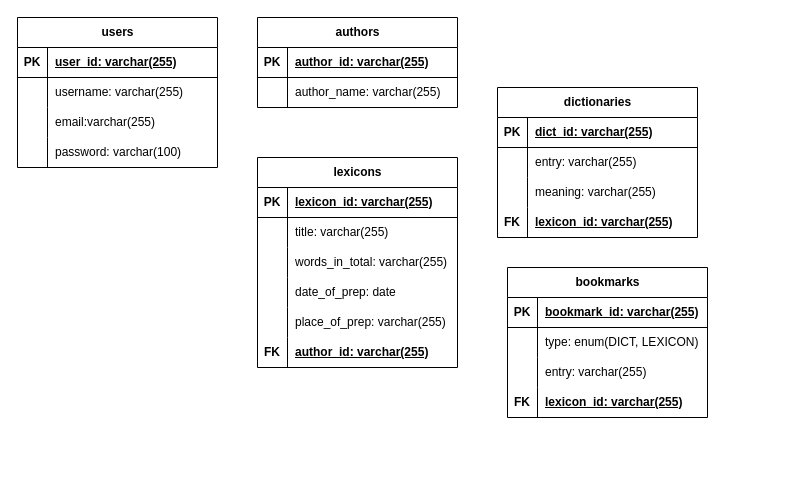
HarisHerdiansyah/uts-pemrograman-web-2025 keeps this draw.io diagram as ERD.drawio. Above is the earlier version. Source tidied: cells renumbered, new cells numbered last; positions are measured from the earlier drawing's top-left corner, leaving out a move shared by most shapes. Both pictures are drawn from the tidied source at 100%, with x=0, y=0 at pixel (17, 17).
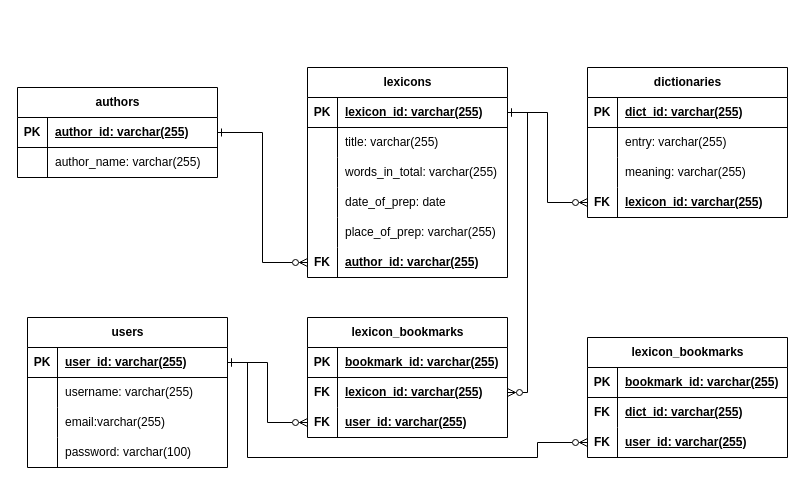
Above is the later version.

Unchanged cells that the change refers to:
```xml
<mxCell id="3" style="shape=tableRow;horizontal=0;startSize=0;swimlaneHead=0;swimlaneBody=0;fillColor=none;points=[[0,0.5],[1,0.5]];portConstraint=eastwest;top=0;left=0;right=0;bottom=1;" parent="2" vertex="1">
  <mxGeometry y="30" width="200" height="30" as="geometry" />
</mxCell>
<mxCell id="16" style="shape=tableRow;horizontal=0;startSize=0;swimlaneHead=0;swimlaneBody=0;fillColor=none;points=[[0,0.5],[1,0.5]];portConstraint=eastwest;top=0;left=0;right=0;bottom=1;" parent="15" vertex="1">
  <mxGeometry y="30" width="200" height="30" as="geometry" />
</mxCell>
<mxCell id="23" style="shape=tableRow;horizontal=0;startSize=0;swimlaneHead=0;swimlaneBody=0;fillColor=none;points=[[0,0.5],[1,0.5]];portConstraint=eastwest;top=0;left=0;right=0;bottom=1;" parent="22" vertex="1">
  <mxGeometry y="30" width="200" height="30" as="geometry" />
</mxCell>
<mxCell id="38" style="shape=tableRow;horizontal=0;startSize=0;swimlaneHead=0;swimlaneBody=0;fillColor=none;points=[[0,0.5],[1,0.5]];portConstraint=eastwest;top=0;left=0;right=0;bottom=0;" parent="22" vertex="1">
  <mxGeometry y="180" width="200" height="30" as="geometry" />
</mxCell>
<mxCell id="51" style="shape=tableRow;horizontal=0;startSize=0;swimlaneHead=0;swimlaneBody=0;fillColor=none;points=[[0,0.5],[1,0.5]];portConstraint=eastwest;top=0;left=0;right=0;bottom=0;" parent="41" vertex="1">
  <mxGeometry y="120" width="200" height="30" as="geometry" />
</mxCell>
```

Change to the diagram source:
```diff
@@
     <mxCell id="2" value="users" style="shape=table;startSize=30;childLayout=tableLayout;rowLines=0;fontStyle=1;align=center;html=1;" parent="1" vertex="1">
-      <mxGeometry width="200" height="150" as="geometry" />
+      <mxGeometry x="10" y="300" width="200" height="150" as="geometry" />
     </mxCell>
@@
     <mxCell id="15" value="authors" style="shape=table;startSize=30;childLayout=tableLayout;rowLines=0;fontStyle=1;align=center;html=1;" parent="1" vertex="1">
-      <mxGeometry x="240" width="200" height="90" as="geometry" />
+      <mxGeometry y="70" width="200" height="90" as="geometry" />
     </mxCell>
@@
     <mxCell id="22" value="lexicons" style="shape=table;startSize=30;childLayout=tableLayout;rowLines=0;fontStyle=1;align=center;html=1;" parent="1" vertex="1">
-      <mxGeometry x="240" y="140" width="200" height="210" as="geometry" />
+      <mxGeometry x="290" y="50" width="200" height="210" as="geometry" />
     </mxCell>
@@
     <mxCell id="41" value="dictionaries" style="shape=table;startSize=30;childLayout=tableLayout;rowLines=0;fontStyle=1;align=center;html=1;" parent="1" vertex="1">
-      <mxGeometry x="480" y="70" width="200" height="150" as="geometry" />
+      <mxGeometry x="570" y="50" width="200" height="150" as="geometry" />
     </mxCell>
@@
-    <mxCell id="54" value="bookmarks" style="shape=table;startSize=30;childLayout=tableLayout;rowLines=0;fontStyle=1;align=center;html=1;" parent="1" vertex="1">
-      <mxGeometry x="490" y="250" width="200" height="150" as="geometry" />
+    <mxCell id="54" value="lexicon_bookmarks" style="shape=table;startSize=30;childLayout=tableLayout;rowLines=0;fontStyle=1;align=center;html=1;" parent="1" vertex="1">
+      <mxGeometry x="290" y="300" width="200" height="120" as="geometry" />
     </mxCell>
@@
-    <mxCell id="58" style="shape=tableRow;horizontal=0;startSize=0;swimlaneHead=0;swimlaneBody=0;fillColor=none;top=0;left=0;right=0;bottom=0;" parent="54" vertex="1">
-      <mxGeometry y="60" width="200" height="30" as="geometry" />
-    </mxCell>
-    <mxCell id="59" style="shape=partialRectangle;fillColor=none;top=0;left=0;bottom=0;right=0;overflow=hidden;whiteSpace=wrap;html=1;" parent="58" vertex="1">
-      <mxGeometry width="30" height="30" as="geometry" />
-    </mxCell>
-    <mxCell id="60" value="type: enum(DICT, LEXICON)" style="shape=partialRectangle;fillColor=none;top=0;left=0;bottom=0;right=0;align=left;spacingLeft=6;overflow=hidden;whiteSpace=wrap;html=1;" parent="58" vertex="1">
-      <mxGeometry x="30" width="170" height="30" as="geometry" />
-    </mxCell>
-    <mxCell id="61" style="shape=tableRow;horizontal=0;startSize=0;swimlaneHead=0;swimlaneBody=0;fillColor=none;top=0;left=0;right=0;bottom=0;" parent="54" vertex="1">
-      <mxGeometry y="90" width="200" height="30" as="geometry" />
-    </mxCell>
-    <mxCell id="62" style="shape=partialRectangle;fillColor=none;top=0;left=0;bottom=0;right=0;overflow=hidden;whiteSpace=wrap;html=1;" parent="61" vertex="1">
-      <mxGeometry width="30" height="30" as="geometry" />
-    </mxCell>
-    <mxCell id="63" value="entry: varchar(255)" style="shape=partialRectangle;fillColor=none;top=0;left=0;bottom=0;right=0;align=left;spacingLeft=6;overflow=hidden;whiteSpace=wrap;html=1;" parent="61" vertex="1">
-      <mxGeometry x="30" width="170" height="30" as="geometry" />
-    </mxCell>
     <mxCell id="64" style="shape=tableRow;horizontal=0;startSize=0;swimlaneHead=0;swimlaneBody=0;fillColor=none;points=[[0,0.5],[1,0.5]];portConstraint=eastwest;top=0;left=0;right=0;bottom=0;" parent="54" vertex="1">
-      <mxGeometry y="120" width="200" height="30" as="geometry" />
+      <mxGeometry y="60" width="200" height="30" as="geometry" />
     </mxCell>
@@
+    <mxCell id="67" style="shape=tableRow;horizontal=0;startSize=0;swimlaneHead=0;swimlaneBody=0;fillColor=none;points=[[0,0.5],[1,0.5]];portConstraint=eastwest;top=0;left=0;right=0;bottom=0;" parent="54" vertex="1">
+      <mxGeometry y="90" width="200" height="30" as="geometry" />
+    </mxCell>
+    <mxCell id="68" value="&lt;b&gt;FK&lt;/b&gt;" style="shape=partialRectangle;fillColor=none;top=0;left=0;bottom=0;right=0;overflow=hidden;whiteSpace=wrap;html=1;" parent="67" vertex="1">
+      <mxGeometry width="30" height="30" as="geometry" />
+    </mxCell>
+    <mxCell id="69" value="&lt;b&gt;&lt;u&gt;user_id: varchar(255)&lt;/u&gt;&lt;/b&gt;" style="shape=partialRectangle;fillColor=none;top=0;left=0;bottom=0;right=0;align=left;spacingLeft=6;overflow=hidden;whiteSpace=wrap;html=1;" parent="67" vertex="1">
+      <mxGeometry x="30" width="170" height="30" as="geometry" />
+    </mxCell>
+    <mxCell id="70" style="edgeStyle=orthogonalEdgeStyle;rounded=0;jettySize=auto;html=1;exitX=1;exitY=0.5;exitDx=0;exitDy=0;entryX=0;entryY=0.5;entryDx=0;entryDy=0;endArrow=ERzeroToMany;endFill=0;startArrow=ERone;startFill=0;" parent="1" edge="1" source="16" target="38">
+      <mxGeometry relative="1" as="geometry" />
+    </mxCell>
+    <mxCell id="71" style="edgeStyle=orthogonalEdgeStyle;rounded=0;jettySize=auto;html=1;exitX=1;exitY=0.5;exitDx=0;exitDy=0;entryX=0;entryY=0.5;entryDx=0;entryDy=0;startArrow=ERone;startFill=0;endArrow=ERzeroToMany;endFill=0;" parent="1" edge="1" source="23" target="51">
+      <mxGeometry relative="1" as="geometry" />
+    </mxCell>
+    <mxCell id="72" style="edgeStyle=orthogonalEdgeStyle;rounded=0;jettySize=auto;html=1;exitX=1;exitY=0.5;exitDx=0;exitDy=0;entryX=1;entryY=0.5;entryDx=0;entryDy=0;endArrow=ERzeroToMany;endFill=0;startArrow=ERone;startFill=0;" parent="1" edge="1" source="23" target="64">
+      <mxGeometry relative="1" as="geometry" />
+    </mxCell>
+    <mxCell id="73" style="edgeStyle=orthogonalEdgeStyle;rounded=0;jettySize=auto;html=1;exitX=1;exitY=0.5;exitDx=0;exitDy=0;entryX=0;entryY=0.5;entryDx=0;entryDy=0;startArrow=ERone;startFill=0;endArrow=ERzeroToMany;endFill=0;" parent="1" edge="1" source="3" target="67">
+      <mxGeometry relative="1" as="geometry" />
+    </mxCell>
+    <mxCell id="74" value="lexicon_bookmarks" style="shape=table;startSize=30;childLayout=tableLayout;rowLines=0;fontStyle=1;align=center;html=1;" parent="1" vertex="1">
+      <mxGeometry x="570" y="320" width="200" height="120" as="geometry" />
+    </mxCell>
+    <mxCell id="75" style="shape=tableRow;horizontal=0;startSize=0;swimlaneHead=0;swimlaneBody=0;fillColor=none;top=0;left=0;right=0;bottom=1;" parent="74" vertex="1">
+      <mxGeometry y="30" width="200" height="30" as="geometry" />
+    </mxCell>
+    <mxCell id="76" value="PK" style="shape=partialRectangle;fillColor=none;top=0;left=0;bottom=0;right=0;fontStyle=1;overflow=hidden;whiteSpace=wrap;html=1;" parent="75" vertex="1">
+      <mxGeometry width="30" height="30" as="geometry" />
+    </mxCell>
+    <mxCell id="77" value="bookmark_id: varchar(255)" style="shape=partialRectangle;fillColor=none;top=0;left=0;bottom=0;right=0;align=left;spacingLeft=6;fontStyle=5;overflow=hidden;whiteSpace=wrap;html=1;" parent="75" vertex="1">
+      <mxGeometry x="30" width="170" height="30" as="geometry" />
+    </mxCell>
+    <mxCell id="58" style="shape=tableRow;horizontal=0;startSize=0;swimlaneHead=0;swimlaneBody=0;fillColor=none;top=0;left=0;right=0;bottom=0;" parent="74" vertex="1">
+      <mxGeometry y="60" width="200" height="30" as="geometry" />
+    </mxCell>
+    <mxCell id="78" value="&lt;b&gt;FK&lt;/b&gt;" style="shape=partialRectangle;fillColor=none;top=0;left=0;bottom=0;right=0;overflow=hidden;whiteSpace=wrap;html=1;" parent="58" vertex="1">
+      <mxGeometry width="30" height="30" as="geometry" />
+    </mxCell>
+    <mxCell id="79" value="&lt;b&gt;&lt;u&gt;dict_id: varchar(255)&lt;/u&gt;&lt;/b&gt;" style="shape=partialRectangle;fillColor=none;top=0;left=0;bottom=0;right=0;align=left;spacingLeft=6;overflow=hidden;whiteSpace=wrap;html=1;" parent="58" vertex="1">
+      <mxGeometry x="30" width="170" height="30" as="geometry" />
+    </mxCell>
+    <mxCell id="80" style="shape=tableRow;horizontal=0;startSize=0;swimlaneHead=0;swimlaneBody=0;fillColor=none;points=[[0,0.5],[1,0.5]];portConstraint=eastwest;top=0;left=0;right=0;bottom=0;" parent="74" vertex="1">
+      <mxGeometry y="90" width="200" height="30" as="geometry" />
+    </mxCell>
+    <mxCell id="81" value="&lt;b&gt;FK&lt;/b&gt;" style="shape=partialRectangle;fillColor=none;top=0;left=0;bottom=0;right=0;overflow=hidden;whiteSpace=wrap;html=1;" parent="80" vertex="1">
+      <mxGeometry width="30" height="30" as="geometry" />
+    </mxCell>
+    <mxCell id="82" value="&lt;b&gt;&lt;u&gt;user_id: varchar(255)&lt;/u&gt;&lt;/b&gt;" style="shape=partialRectangle;fillColor=none;top=0;left=0;bottom=0;right=0;align=left;spacingLeft=6;overflow=hidden;whiteSpace=wrap;html=1;" parent="80" vertex="1">
+      <mxGeometry x="30" width="170" height="30" as="geometry" />
+    </mxCell>
+    <mxCell id="83" style="edgeStyle=orthogonalEdgeStyle;rounded=0;jettySize=auto;html=1;exitX=1;exitY=0.5;exitDx=0;exitDy=0;entryX=0;entryY=0.5;entryDx=0;entryDy=0;endArrow=ERzeroToMany;endFill=0;startArrow=ERone;startFill=0;" parent="1" edge="1" source="3" target="80">
+      <mxGeometry relative="1" as="geometry">
+        <Array as="points">
+          <mxPoint x="230" y="345" />
+          <mxPoint x="230" y="440" />
+          <mxPoint x="520" y="440" />
+          <mxPoint x="520" y="425" />
+        </Array>
+      </mxGeometry>
+    </mxCell>
```
